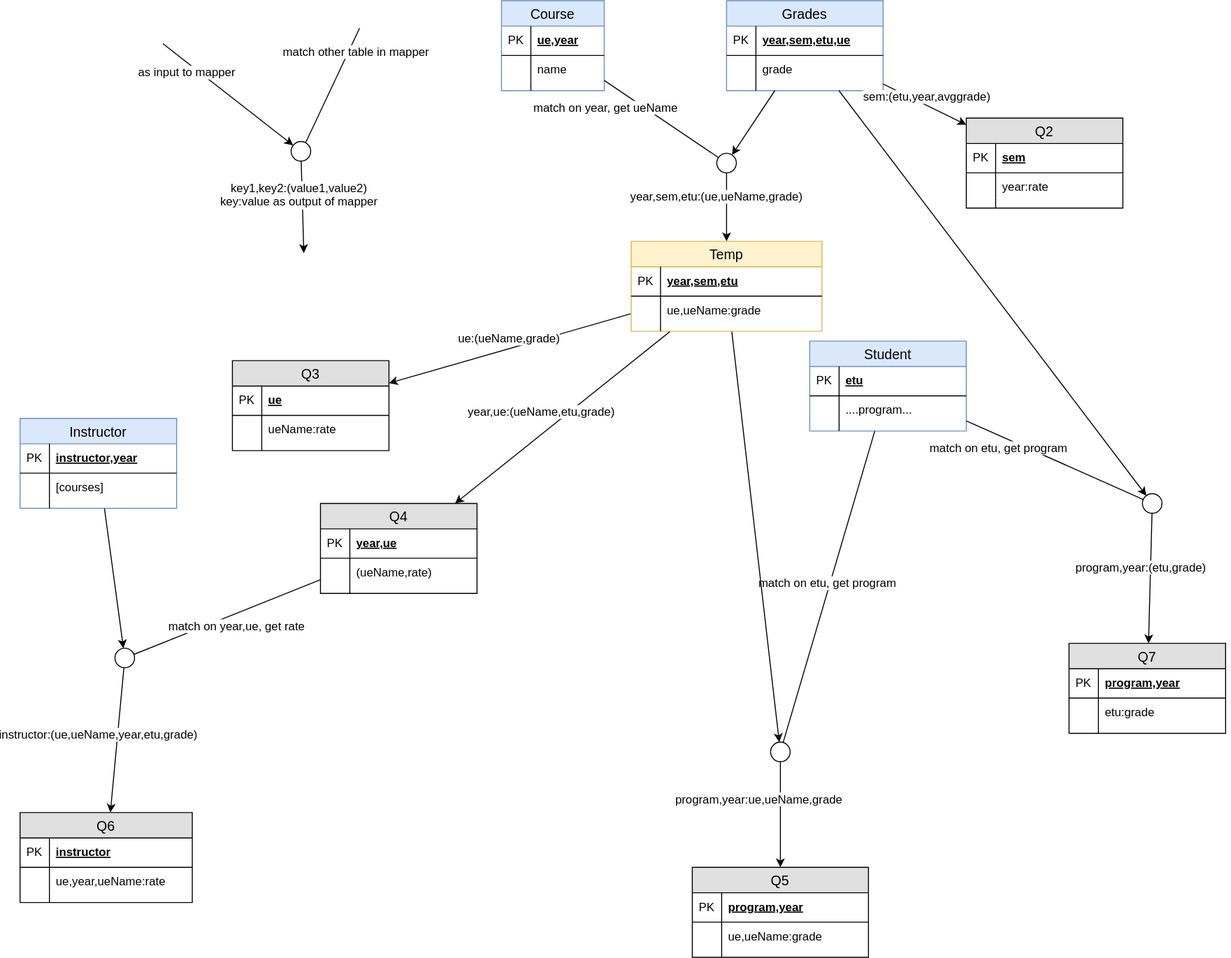
The draw.io diagram tables_diagram.svg in xairon/MapReduce_jobs, before a commit. Source tidied: cells renumbered, new cells last; positions are measured from the earlier drawing's top-left corner, leaving out a move shared by most shapes.
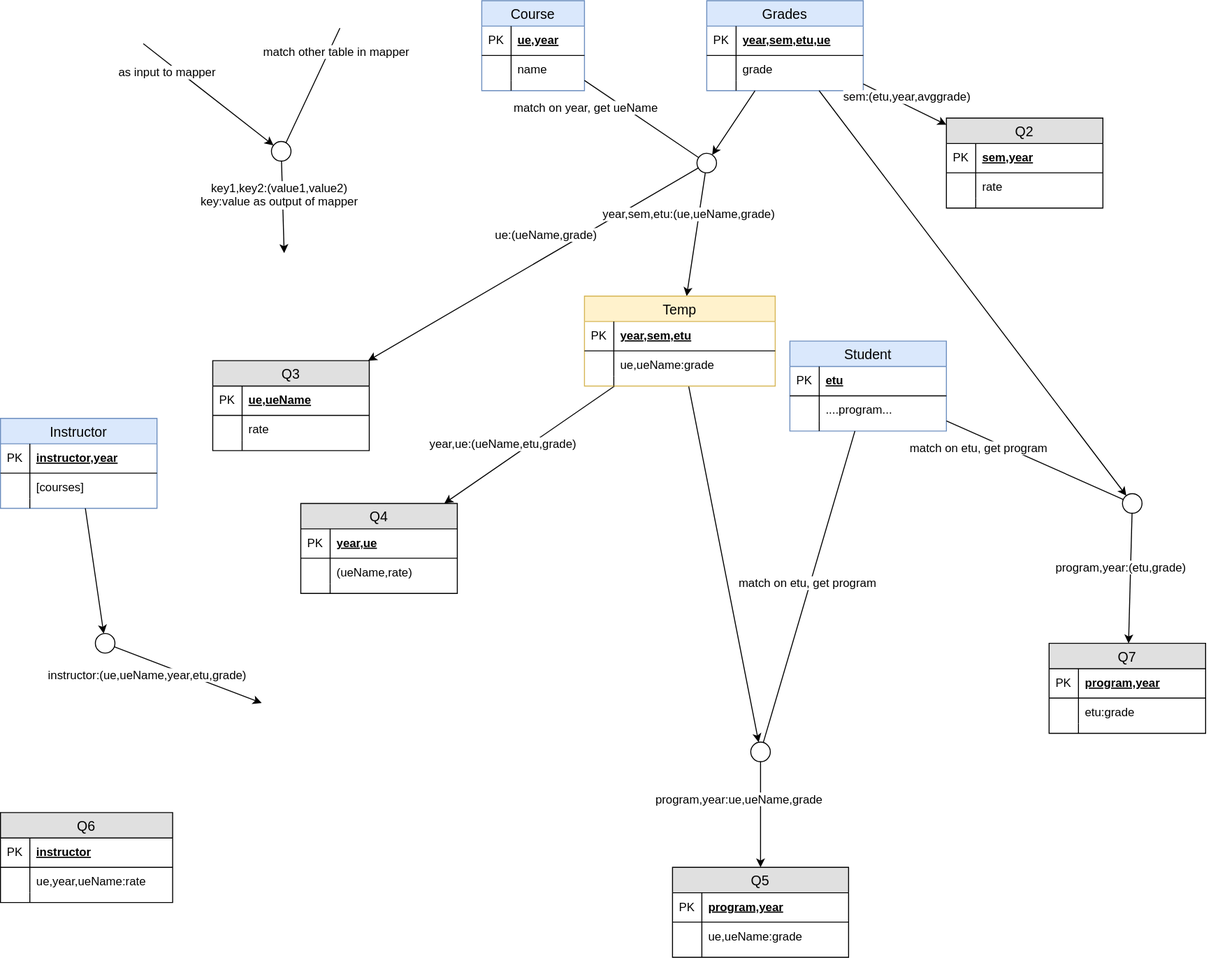
The same diagram one commit later.

The edit, as a diff of the source:
```diff
@@ -26,13 +26,13 @@
     <mxCell id="9" value="Q2" style="swimlane;fontStyle=0;horizontal=1;startSize=26;fillColor=#e0e0e0;swimlaneFillColor=#ffffff;align=center;fontSize=14;" parent="1" vertex="1">
       <mxGeometry x="967" y="120" width="160" height="92" as="geometry" />
     </mxCell>
-    <mxCell id="10" value="sem" style="shape=partialRectangle;top=0;left=0;right=0;bottom=1;align=left;verticalAlign=middle;fillColor=none;spacingLeft=34;spacingRight=4;overflow=hidden;fontStyle=5;fontSize=12;" parent="9" vertex="1">
+    <mxCell id="10" value="sem,year" style="shape=partialRectangle;top=0;left=0;right=0;bottom=1;align=left;verticalAlign=middle;fillColor=none;spacingLeft=34;spacingRight=4;overflow=hidden;fontStyle=5;fontSize=12;" parent="9" vertex="1">
       <mxGeometry y="26" width="160" height="30" as="geometry" />
     </mxCell>
     <mxCell id="11" value="PK" style="shape=partialRectangle;top=0;left=0;bottom=0;fillColor=none;align=left;verticalAlign=middle;spacingLeft=4;spacingRight=4;overflow=hidden;fontSize=12;" parent="10" vertex="1">
       <mxGeometry width="30" height="30" as="geometry" />
     </mxCell>
-    <mxCell id="12" value="year:rate" style="shape=partialRectangle;top=0;left=0;right=0;bottom=0;align=left;verticalAlign=top;fillColor=none;spacingLeft=34;spacingRight=4;overflow=hidden;fontSize=12;" parent="9" vertex="1">
+    <mxCell id="12" value="rate" style="shape=partialRectangle;top=0;left=0;right=0;bottom=0;align=left;verticalAlign=top;fillColor=none;spacingLeft=34;spacingRight=4;overflow=hidden;fontSize=12;" parent="9" vertex="1">
       <mxGeometry y="56" width="160" height="26" as="geometry" />
     </mxCell>
     <mxCell id="13" style="shape=partialRectangle;top=0;left=0;bottom=0;fillColor=none;align=left;verticalAlign=top;spacingLeft=4;spacingRight=4;overflow=hidden;fontSize=12;" parent="12" vertex="1">
@@ -47,13 +47,13 @@
     <mxCell id="16" value="Q3" style="swimlane;fontStyle=0;horizontal=1;startSize=26;fillColor=#e0e0e0;swimlaneFillColor=#ffffff;align=center;fontSize=14;" parent="1" vertex="1">
       <mxGeometry x="217" y="368" width="160" height="92" as="geometry" />
     </mxCell>
-    <mxCell id="17" value="ue" style="shape=partialRectangle;top=0;left=0;right=0;bottom=1;align=left;verticalAlign=middle;fillColor=none;spacingLeft=34;spacingRight=4;overflow=hidden;fontStyle=5;fontSize=12;" parent="16" vertex="1">
+    <mxCell id="17" value="ue,ueName" style="shape=partialRectangle;top=0;left=0;right=0;bottom=1;align=left;verticalAlign=middle;fillColor=none;spacingLeft=34;spacingRight=4;overflow=hidden;fontStyle=5;fontSize=12;" parent="16" vertex="1">
       <mxGeometry y="26" width="160" height="30" as="geometry" />
     </mxCell>
     <mxCell id="18" value="PK" style="shape=partialRectangle;top=0;left=0;bottom=0;fillColor=none;align=left;verticalAlign=middle;spacingLeft=4;spacingRight=4;overflow=hidden;fontSize=12;" parent="17" vertex="1">
       <mxGeometry width="30" height="30" as="geometry" />
     </mxCell>
-    <mxCell id="19" value="ueName:rate" style="shape=partialRectangle;top=0;left=0;right=0;bottom=0;align=left;verticalAlign=top;fillColor=none;spacingLeft=34;spacingRight=4;overflow=hidden;fontSize=12;" parent="16" vertex="1">
+    <mxCell id="19" value="rate" style="shape=partialRectangle;top=0;left=0;right=0;bottom=0;align=left;verticalAlign=top;fillColor=none;spacingLeft=34;spacingRight=4;overflow=hidden;fontSize=12;" parent="16" vertex="1">
       <mxGeometry y="56" width="160" height="26" as="geometry" />
     </mxCell>
     <mxCell id="20" style="shape=partialRectangle;top=0;left=0;bottom=0;fillColor=none;align=left;verticalAlign=top;spacingLeft=4;spacingRight=4;overflow=hidden;fontSize=12;" parent="19" vertex="1">
@@ -220,7 +220,7 @@
         <mxPoint x="22.5" y="-1" as="offset" />
       </mxGeometry>
     </mxCell>
-    <mxCell id="74" style="endArrow=classic;html=1;" parent="1" edge="1" source="109" target="16">
+    <mxCell id="74" style="endArrow=classic;html=1;" parent="1" edge="1" source="77" target="16">
       <mxGeometry relative="1" as="geometry" />
     </mxCell>
     <mxCell id="75" value="ue:(ueName,grade)" style="text;html=1;align=center;verticalAlign=middle;labelBackgroundColor=#ffffff;" parent="74" vertex="1">
@@ -284,24 +284,18 @@
       <mxGeometry relative="1" as="geometry" />
     </mxCell>
     <mxCell id="91" style="ellipse;whiteSpace=wrap;html=1;" parent="1" vertex="1">
-      <mxGeometry x="97" y="662" width="20" height="20" as="geometry" />
+      <mxGeometry x="97" y="647" width="20" height="20" as="geometry" />
     </mxCell>
-    <mxCell id="92" style="endArrow=classic;html=1;" parent="1" edge="1" source="91" target="30">
-      <mxGeometry relative="1" as="geometry" />
+    <mxCell id="92" style="endArrow=classic;html=1;" parent="1" edge="1" source="91">
+      <mxGeometry relative="1" as="geometry">
+        <mxPoint x="267" y="718" as="targetPoint" />
+      </mxGeometry>
     </mxCell>
     <mxCell id="93" value="instructor:(ue,ueName,year,etu,grade)" style="text;html=1;align=center;verticalAlign=middle;labelBackgroundColor=#ffffff;" parent="92" vertex="1">
       <mxGeometry x="-0.25" y="5" relative="1" as="geometry">
         <mxPoint x="-7" y="11" as="offset" />
       </mxGeometry>
     </mxCell>
-    <mxCell id="94" style="endArrow=none;html=1;" parent="1" edge="1" source="44" target="91">
-      <mxGeometry relative="1" as="geometry" />
-    </mxCell>
-    <mxCell id="95" value="match on year,ue, get rate" style="text;html=1;align=center;verticalAlign=middle;labelBackgroundColor=#ffffff;" parent="94" vertex="1">
-      <mxGeometry x="-0.4" y="4" relative="1" as="geometry">
-        <mxPoint x="-18.5" y="20.5" as="offset" />
-      </mxGeometry>
-    </mxCell>
     <mxCell id="96" style="endArrow=classic;html=1;" parent="1" edge="1" source="2" target="99">
       <mxGeometry relative="1" as="geometry" />
     </mxCell>
@@ -354,7 +348,7 @@
       </mxGeometry>
     </mxCell>
     <mxCell id="109" value="Temp" style="swimlane;fontStyle=0;horizontal=1;startSize=26;fillColor=#fff2cc;swimlaneFillColor=#ffffff;align=center;fontSize=14;strokeColor=#d6b656;" parent="1" vertex="1">
-      <mxGeometry x="624.5" y="246" width="195" height="92" as="geometry" />
+      <mxGeometry x="597" y="302" width="195" height="92" as="geometry" />
     </mxCell>
     <mxCell id="110" value="year,sem,etu" style="shape=partialRectangle;top=0;left=0;right=0;bottom=1;align=left;verticalAlign=middle;fillColor=none;spacingLeft=34;spacingRight=4;overflow=hidden;fontStyle=5;fontSize=12;" parent="109" vertex="1">
       <mxGeometry y="26" width="195" height="30" as="geometry" />
```
